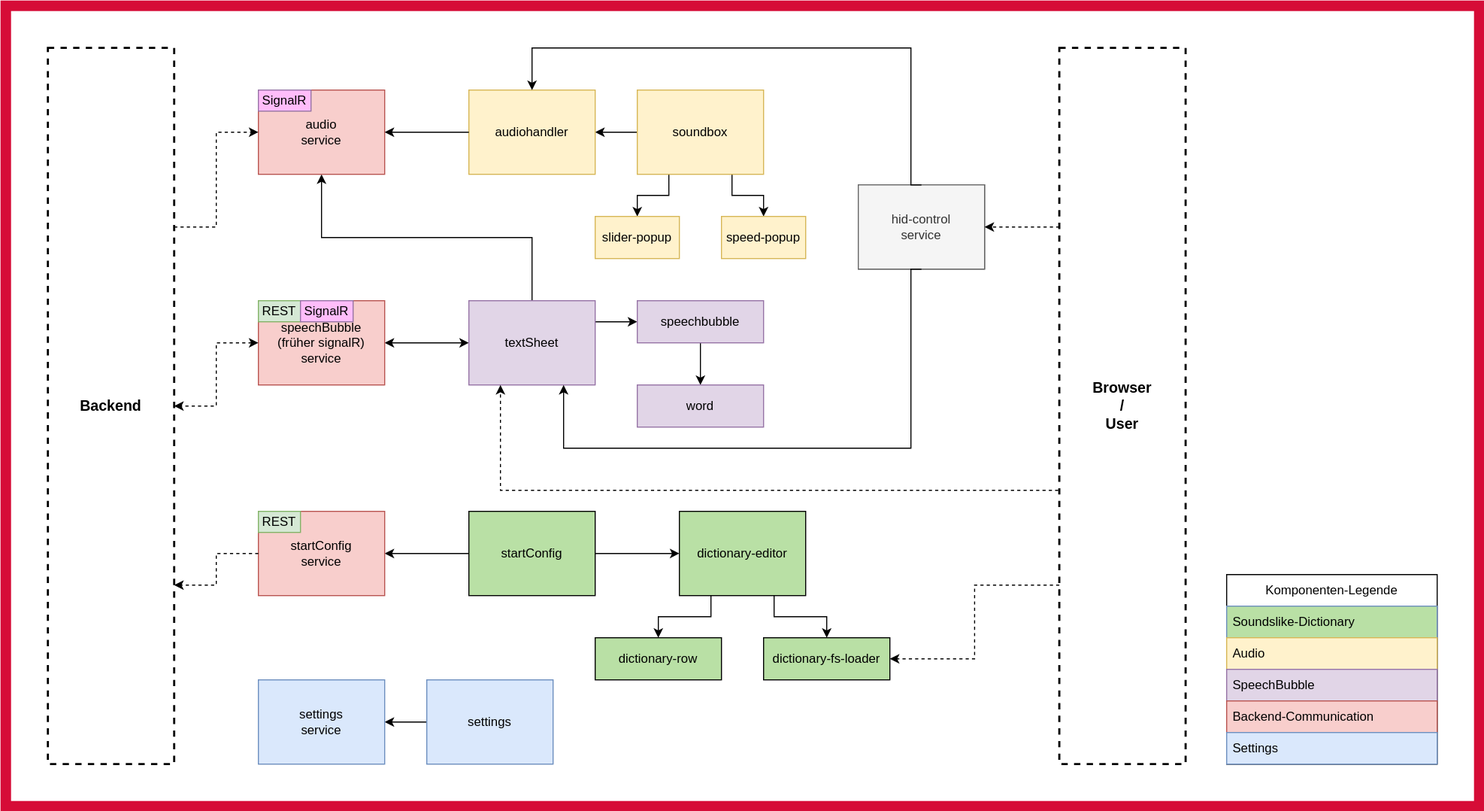
Before: TechnicalDocumentation/arc42/img/Bausteinsicht_2_Frontend.drawio.svg, a diagram exported from draw.io (Subletic/Documentation). Source tidied: cells renumbered, new cells last; positions are measured from the earlier drawing's top-left corner, leaving out a move shared by most shapes.
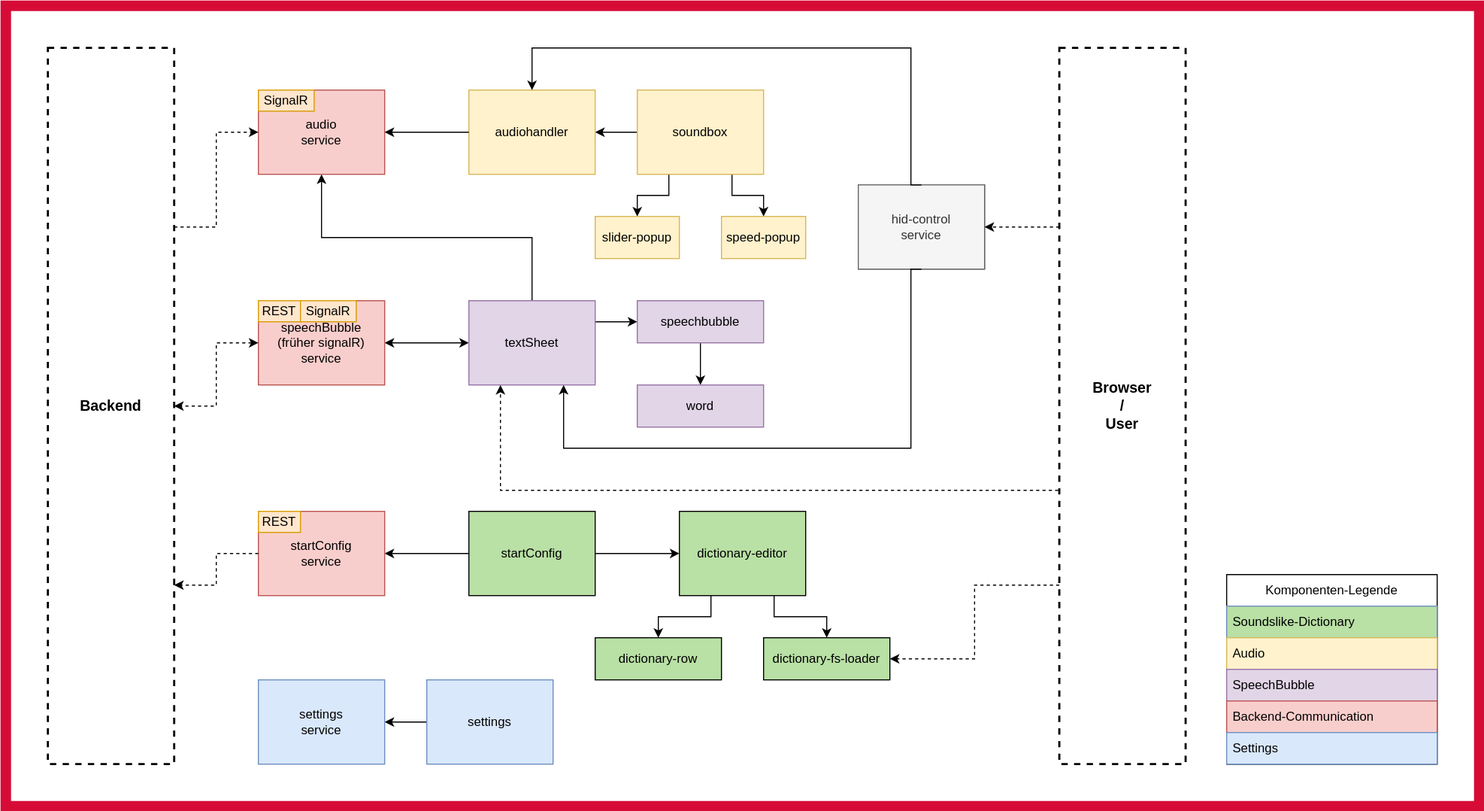
The same file after the commit.

Commit message:
#138 docs: improved diagrams

Change to the diagram source:
```diff
@@ -97,30 +97,30 @@
     <mxCell id="31" value="startConfig&lt;div&gt;service&lt;br&gt;&lt;/div&gt;" style="html=1;whiteSpace=wrap;fillColor=#f8cecc;strokeColor=#b85450;" parent="30" vertex="1">
       <mxGeometry width="120" height="80" as="geometry" />
     </mxCell>
-    <mxCell id="32" value="REST" style="rounded=0;whiteSpace=wrap;html=1;fillColor=#d5e8d4;strokeColor=#82b366;" parent="30" vertex="1">
-      <mxGeometry width="40" height="20" as="geometry" />
-    </mxCell>
+    <mxCell id="62" value="REST" style="rounded=0;whiteSpace=wrap;html=1;fillColor=#ffe6cc;strokeColor=#d79b00;" parent="30" vertex="1">
+      <mxGeometry width="40" height="20" as="geometry" />
+    </mxCell>
     <mxCell id="33" style="group;" parent="1" vertex="1">
       <mxGeometry x="240" y="280" width="120" height="80" as="geometry" />
     </mxCell>
     <mxCell id="34" value="&lt;div&gt;speechBubble&lt;/div&gt;&lt;div&gt;(früher signalR)&lt;/div&gt;&lt;div&gt;service&lt;/div&gt;" style="html=1;whiteSpace=wrap;fillColor=#f8cecc;strokeColor=#b85450;" parent="33" vertex="1">
       <mxGeometry width="120" height="80" as="geometry" />
     </mxCell>
-    <mxCell id="35" value="REST" style="rounded=0;whiteSpace=wrap;html=1;fillColor=#d5e8d4;strokeColor=#82b366;" parent="33" vertex="1">
-      <mxGeometry width="40" height="20" as="geometry" />
-    </mxCell>
-    <mxCell id="36" value="SignalR" style="rounded=0;whiteSpace=wrap;html=1;fillColor=#ffbdfa;strokeColor=#9673a6;" parent="33" vertex="1">
-      <mxGeometry x="40" width="50" height="20" as="geometry" />
-    </mxCell>
+    <mxCell id="63" value="REST" style="rounded=0;whiteSpace=wrap;html=1;fillColor=#ffe6cc;strokeColor=#d79b00;" parent="33" vertex="1">
+      <mxGeometry width="40" height="20" as="geometry" />
+    </mxCell>
+    <mxCell id="64" value="SignalR" style="rounded=0;whiteSpace=wrap;html=1;fillColor=#ffe6cc;strokeColor=#d79b00;" parent="33" vertex="1">
+      <mxGeometry x="40" width="53" height="20" as="geometry" />
+    </mxCell>
     <mxCell id="37" style="group;" parent="1" vertex="1">
       <mxGeometry x="240" y="80" width="120" height="80" as="geometry" />
     </mxCell>
     <mxCell id="38" value="&lt;div&gt;audio&lt;/div&gt;&lt;div&gt;service&lt;br&gt;&lt;/div&gt;" style="html=1;whiteSpace=wrap;fillColor=#f8cecc;strokeColor=#b85450;" parent="37" vertex="1">
       <mxGeometry width="120" height="80" as="geometry" />
     </mxCell>
-    <mxCell id="39" value="SignalR" style="rounded=0;whiteSpace=wrap;html=1;fillColor=#ffbdfa;strokeColor=#9673a6;" parent="37" vertex="1">
-      <mxGeometry width="50" height="20" as="geometry" />
-    </mxCell>
+    <mxCell id="65" value="SignalR" style="rounded=0;whiteSpace=wrap;html=1;fillColor=#ffe6cc;strokeColor=#d79b00;" parent="37" vertex="1">
+      <mxGeometry width="53" height="20" as="geometry" />
+    </mxCell>
     <mxCell id="40" style="group;" parent="1" vertex="1">
       <mxGeometry x="440" y="80" width="120" height="80" as="geometry" />
     </mxCell>
```
